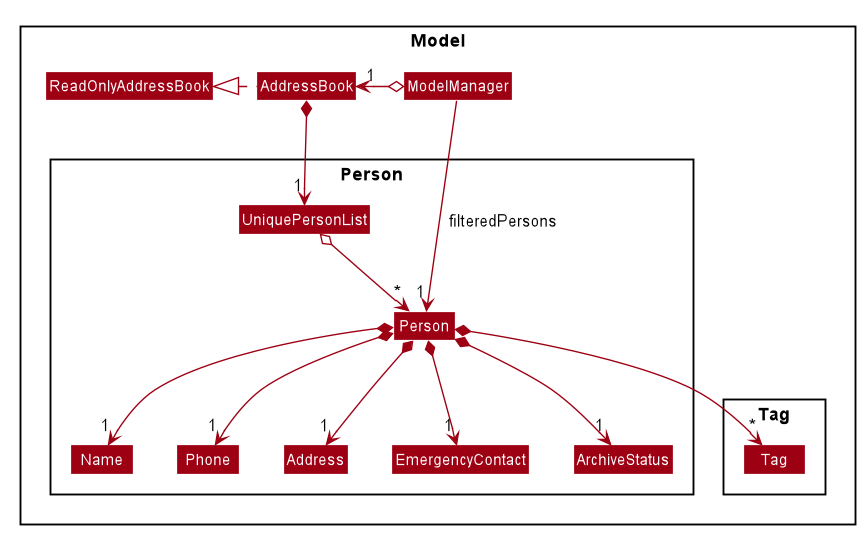
Before: docs/images/PersonModelClassDiagram.png, a diagram exported from PlantUML (nus-cs2103-AY2021S1/tp). Its source is kept beside it as docs/diagrams/PersonModelClassDiagram.puml.
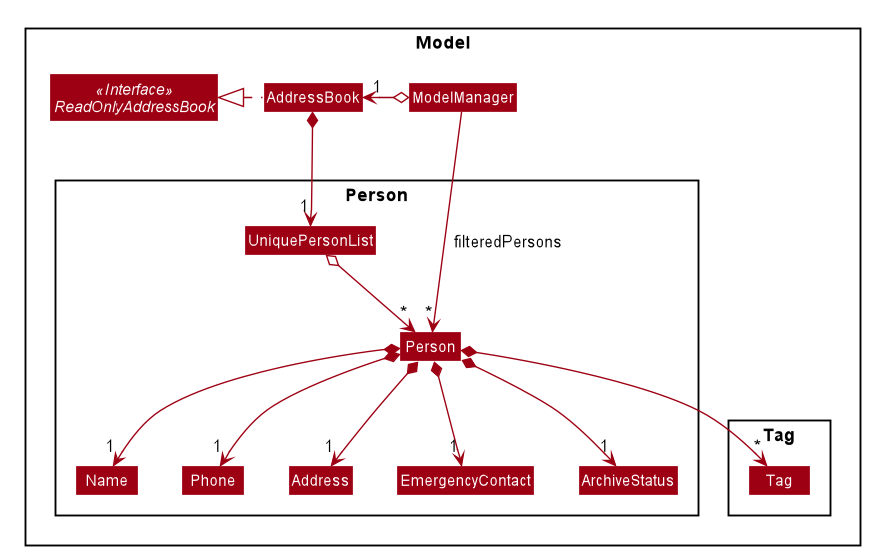
After the commit.

Diff of the diagram source:
```diff
@@ -5,9 +5,9 @@
 skinparam classBackgroundColor MODEL_COLOR
 
 Package Model <<Rectangle>>{
+Interface ReadOnlyAddressBook <<Interface>>
 Class ModelManager
 Class AddressBook
-Class ReadOnlyAddressBook
 
 Package Person {
 Class Person
@@ -39,5 +39,5 @@
 Phone -[hidden]right-> Address
 
 
-ModelManager -down->"1" Person : filteredPersons
+ModelManager -down->"*" Person : filteredPersons
 @enduml
```
